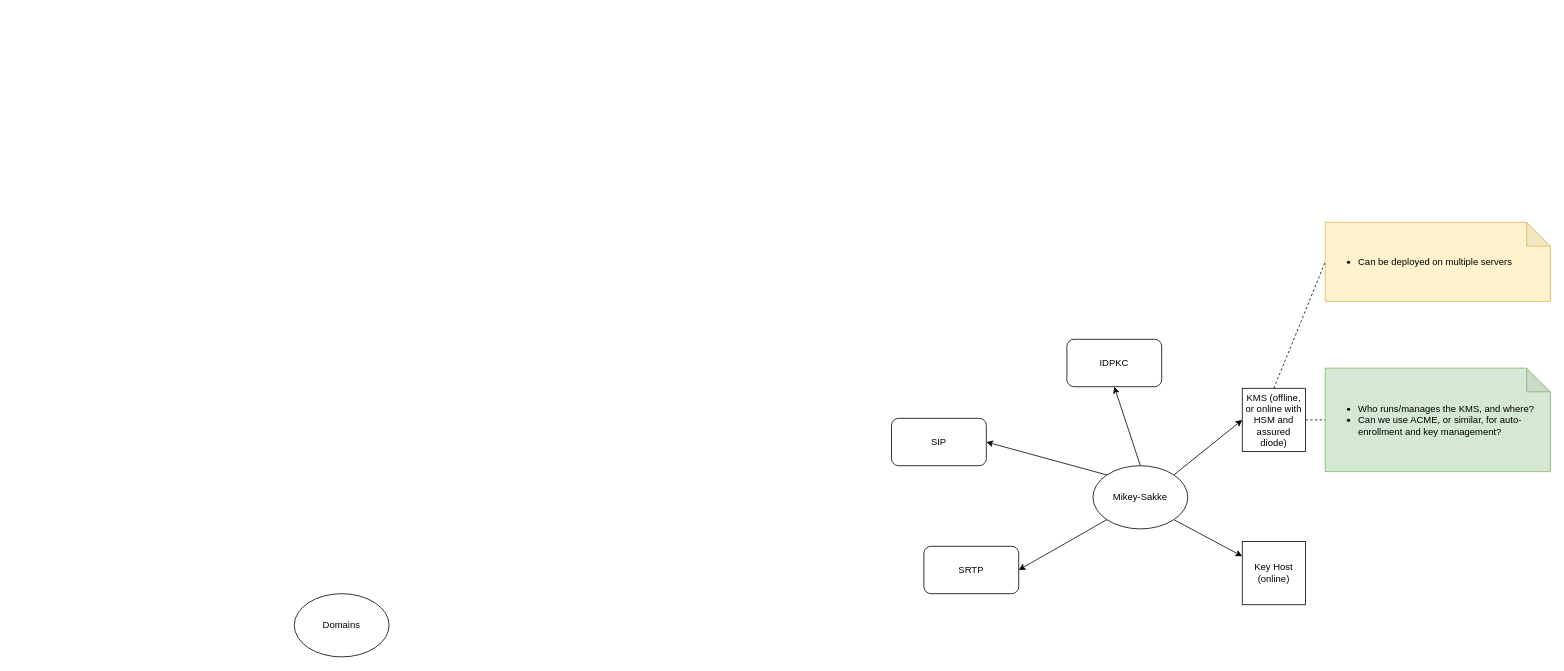
The draw.io diagram Mikey-Sakke.drawio in JimSweeting/Draw.io, before the edit. Source tidied: cells renumbered, new cells numbered last; positions are measured from the earlier drawing's top-left corner, leaving out a move shared by most shapes. Both pictures are drawn from the tidied source at 79%, with x=0, y=0 at pixel (294, 222).
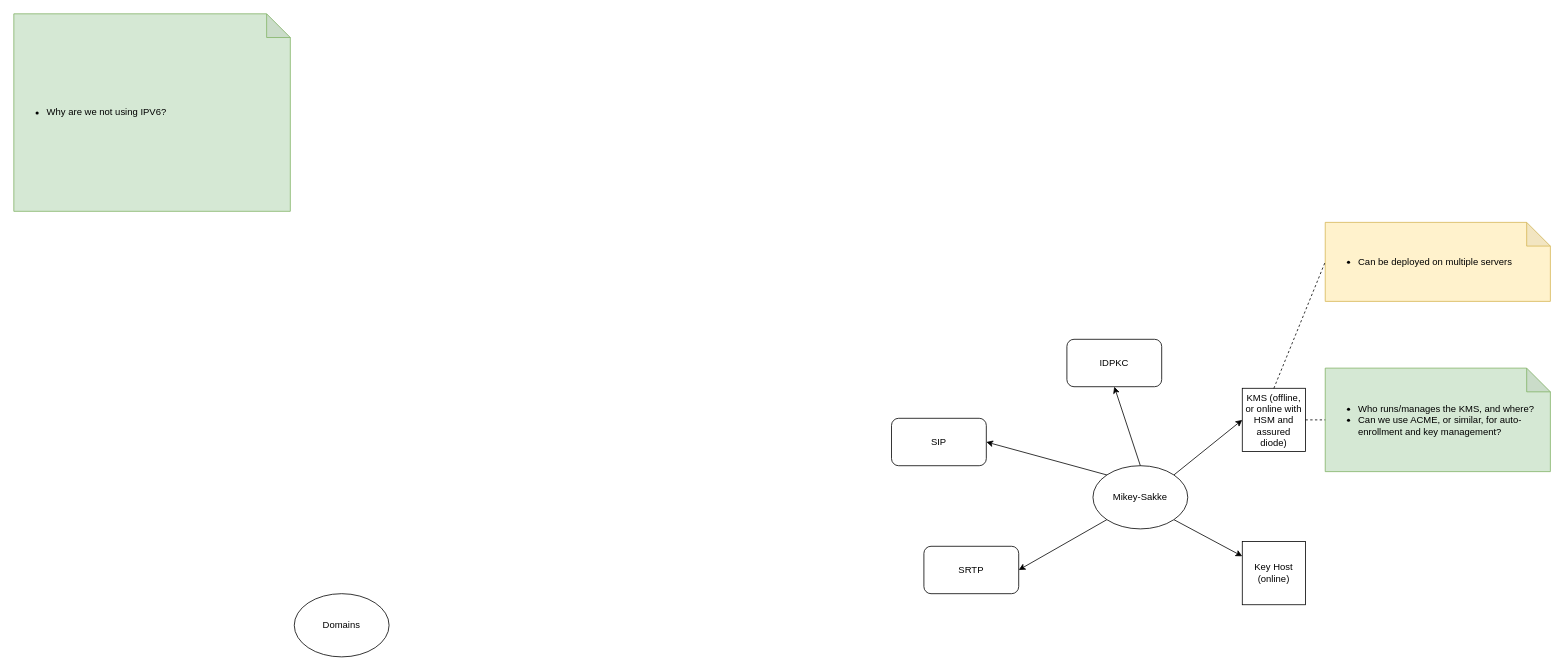
After the change.

The edit, as a diff of the source:
```diff
@@
 <mxGraphModel>
   <root>
     <mxCell id="0" />
     <mxCell id="1" parent="0" />
     <mxCell id="2" style="rounded=0;jettySize=auto;html=1;exitX=1;exitY=0;exitDx=0;exitDy=0;entryX=0;entryY=0.5;entryDx=0;entryDy=0;" parent="1" edge="1" source="4" target="8">
       <mxGeometry relative="1" as="geometry" />
     </mxCell>
     <mxCell id="3" style="edgeStyle=none;rounded=0;jettySize=auto;html=1;exitX=1;exitY=1;exitDx=0;exitDy=0;" parent="1" edge="1" source="4" target="9">
       <mxGeometry relative="1" as="geometry" />
     </mxCell>
     <mxCell id="4" value="Mikey-Sakke" style="ellipse;whiteSpace=wrap;html=1;" parent="1" vertex="1">
       <mxGeometry x="1011" y="308" width="120" height="80" as="geometry" />
     </mxCell>
     <mxCell id="5" value="SIP" style="rounded=1;whiteSpace=wrap;html=1;" parent="1" vertex="1">
       <mxGeometry x="756" y="248" width="120" height="60" as="geometry" />
     </mxCell>
     <mxCell id="6" value="SRTP" style="rounded=1;whiteSpace=wrap;html=1;" parent="1" vertex="1">
       <mxGeometry x="797" y="410" width="120" height="60" as="geometry" />
     </mxCell>
     <mxCell id="7" value="Domains" style="ellipse;whiteSpace=wrap;html=1;" parent="1" vertex="1">
       <mxGeometry y="470" width="120" height="80" as="geometry" />
     </mxCell>
     <mxCell id="8" value="KMS (offline, or online with HSM and assured diode)" style="whiteSpace=wrap;html=1;" parent="1" vertex="1">
       <mxGeometry x="1200" y="210" width="80" height="80" as="geometry" />
     </mxCell>
     <mxCell id="9" value="Key Host (online)" style="whiteSpace=wrap;html=1;" parent="1" vertex="1">
       <mxGeometry x="1200" y="404" width="80" height="80" as="geometry" />
     </mxCell>
     <mxCell id="10" style="endArrow=classic;html=1;rounded=0;entryX=0.5;entryY=1;entryDx=0;entryDy=0;exitX=0.5;exitY=0;exitDx=0;exitDy=0;" parent="1" edge="1" source="4" target="12">
       <mxGeometry relative="1" as="geometry" />
     </mxCell>
     <mxCell id="11" value="&lt;ul&gt;&lt;li&gt;Who runs/manages the KMS, and where?&lt;/li&gt;&lt;li&gt;Can we use ACME, or similar, for auto-enrollment and key management?&lt;/li&gt;&lt;/ul&gt;" style="shape=note;whiteSpace=wrap;html=1;backgroundOutline=1;darkOpacity=0.05;align=left;fillColor=#d5e8d4;strokeColor=#82b366;" parent="1" vertex="1">
       <mxGeometry x="1305" y="184.5" width="285" height="131" as="geometry" />
     </mxCell>
     <mxCell id="12" value="IDPKC" style="rounded=1;whiteSpace=wrap;html=1;" parent="1" vertex="1">
       <mxGeometry x="978" y="148" width="120" height="60" as="geometry" />
     </mxCell>
     <mxCell id="13" style="endArrow=classic;html=1;rounded=0;exitX=0;exitY=0;exitDx=0;exitDy=0;entryX=1;entryY=0.5;entryDx=0;entryDy=0;" parent="1" edge="1" source="4" target="5">
       <mxGeometry relative="1" as="geometry" />
     </mxCell>
     <mxCell id="14" style="endArrow=classic;html=1;rounded=0;exitX=0;exitY=1;exitDx=0;exitDy=0;entryX=1;entryY=0.5;entryDx=0;entryDy=0;" parent="1" edge="1" source="4" target="6">
       <mxGeometry relative="1" as="geometry" />
     </mxCell>
     <mxCell id="15" value="&lt;ul&gt;&lt;li&gt;Can be deployed on multiple servers&lt;/li&gt;&lt;/ul&gt;" style="shape=note;whiteSpace=wrap;html=1;backgroundOutline=1;darkOpacity=0.05;fillColor=#fff2cc;strokeColor=#d6b656;align=left;" parent="1" vertex="1">
       <mxGeometry x="1305" width="285" height="100" as="geometry" />
     </mxCell>
     <mxCell id="16" style="endArrow=none;dashed=1;html=1;rounded=0;entryX=0;entryY=0.5;entryDx=0;entryDy=0;entryPerimeter=0;exitX=0.5;exitY=0;exitDx=0;exitDy=0;" parent="1" edge="1" source="8" target="15">
       <mxGeometry relative="1" as="geometry" />
     </mxCell>
     <mxCell id="17" style="endArrow=none;dashed=1;html=1;rounded=0;entryX=0;entryY=0.5;entryDx=0;entryDy=0;entryPerimeter=0;exitX=1;exitY=0.5;exitDx=0;exitDy=0;" parent="1" edge="1" source="8" target="11">
       <mxGeometry relative="1" as="geometry" />
     </mxCell>
+    <mxCell id="18" value="&lt;ul&gt;&lt;li&gt;Why are we not using IPV6?&lt;/li&gt;&lt;/ul&gt;" style="shape=note;whiteSpace=wrap;html=1;backgroundOutline=1;darkOpacity=0.05;align=left;fillColor=#d5e8d4;strokeColor=#82b366;" parent="1" vertex="1">
+      <mxGeometry x="-355" y="-264" width="350" height="250" as="geometry" />
+    </mxCell>
   </root>
 </mxGraphModel>
```
